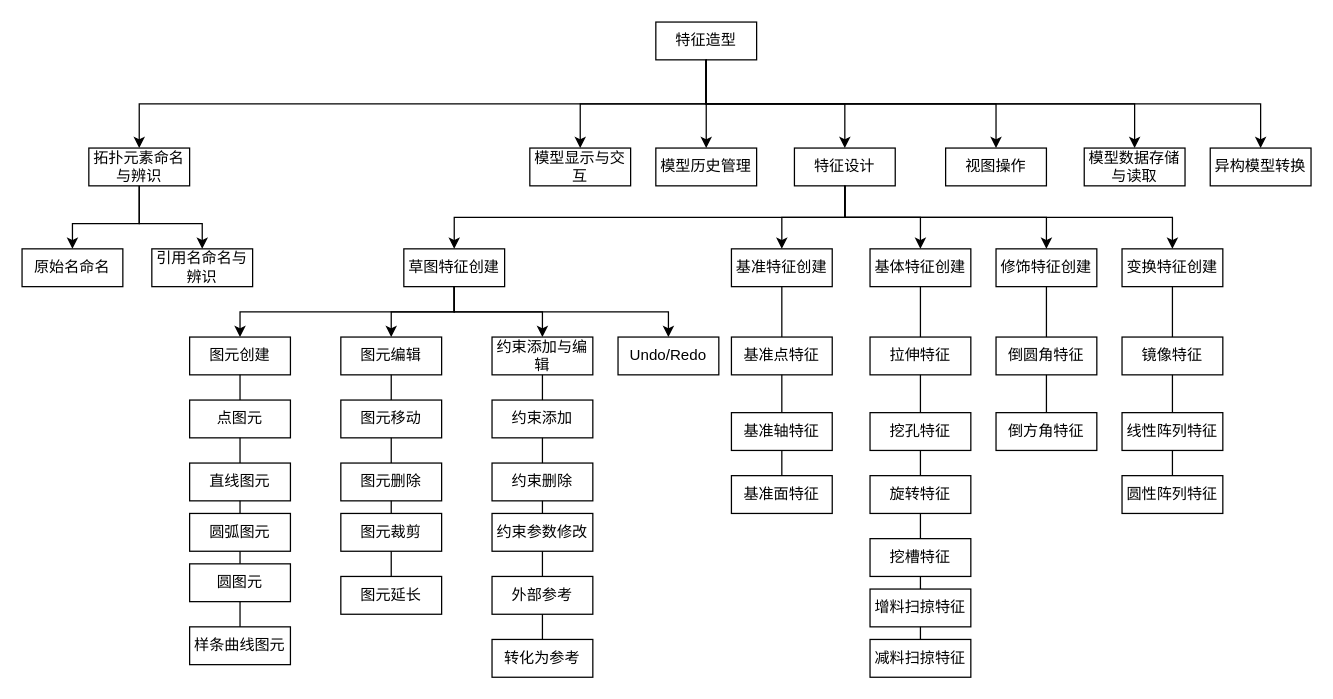
Earlier version of the draw.io diagram 功能模块.drawio (liuhuliuhu123/First-test). Source tidied: cells renumbered, new cells numbered last; positions are measured from the earlier drawing's top-left corner, leaving out a move shared by most shapes. Both pictures are drawn from the tidied source at 126%, with x=0, y=0 at pixel (21, 21).
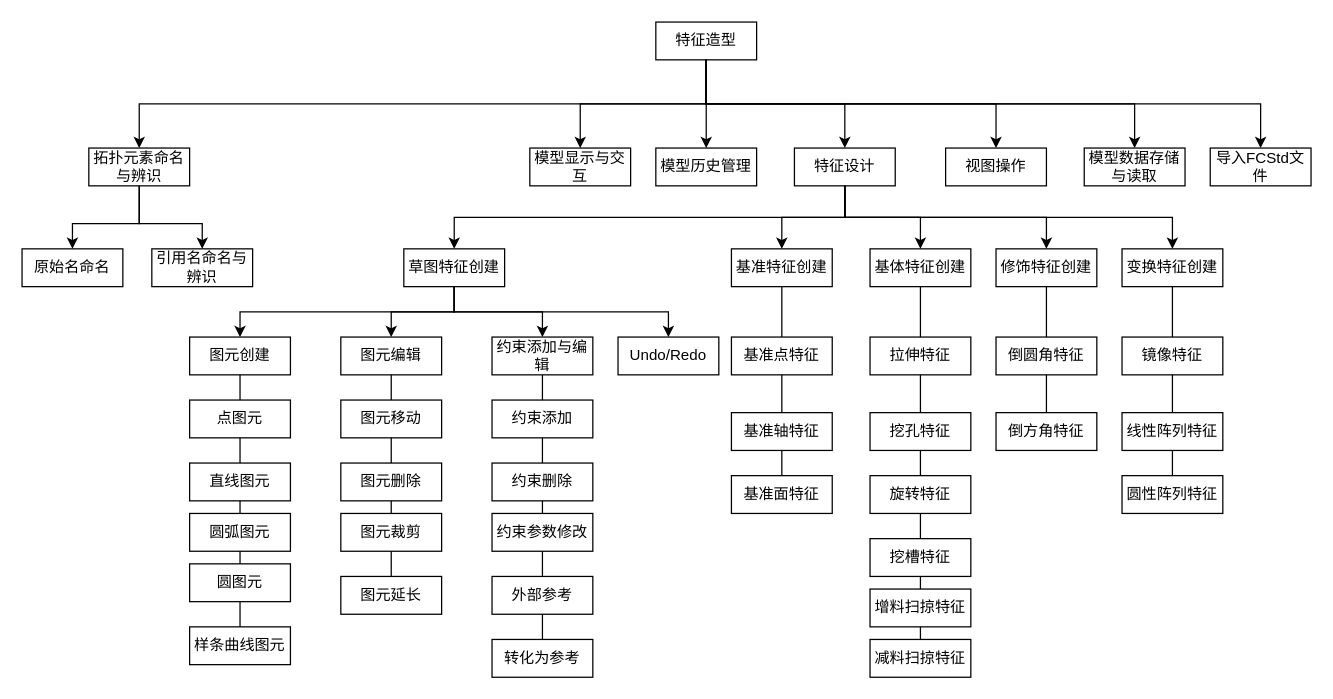
The same diagram, later.

Commit message:
更新功能模块.drawio

Change to the diagram source:
```diff
@@
-    <mxCell id="10" value="异构模型转换" style="rounded=0;whiteSpace=wrap;html=1;" parent="1" vertex="1">
+    <mxCell id="10" value="导入FCStd文件" style="rounded=0;whiteSpace=wrap;html=1;" parent="1" vertex="1">
       <mxGeometry x="943" y="100" width="80" height="30" as="geometry" />
     </mxCell>
```
